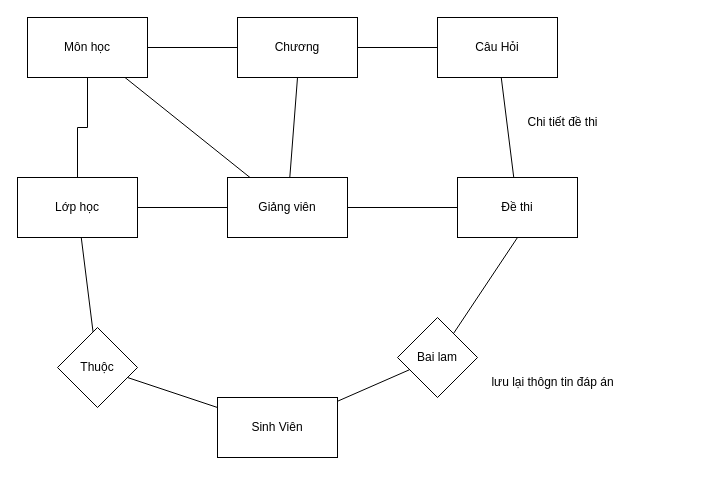
KhaiZeR0/LuyenThiTracNghiem-HDT1 keeps this draw.io diagram as er.drawio. Above is the earlier version. Source tidied: cells renumbered, new cells numbered last; positions are measured from the earlier drawing's top-left corner, leaving out a move shared by most shapes. Both pictures are drawn from the tidied source at 100%, with x=0, y=0 at pixel (17, 17).
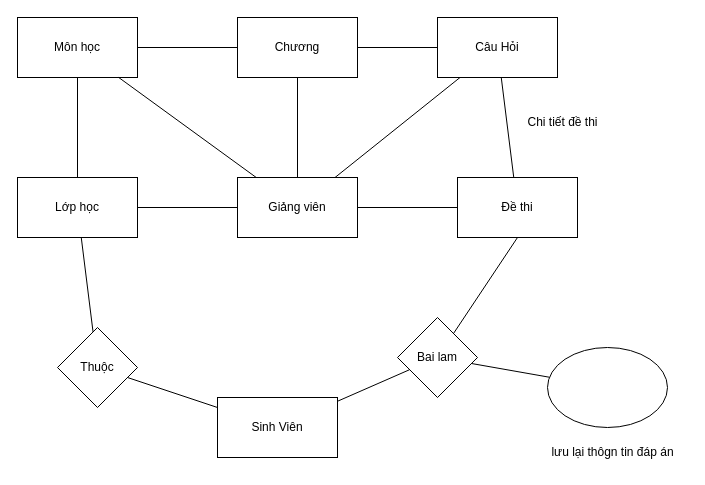
The same diagram, later.

Unchanged cells that the change refers to:
```xml
<mxCell id="8" value="Câu Hỏi" style="whiteSpace=wrap;html=1;rounded=0;" parent="1" vertex="1">
  <mxGeometry x="420" width="120" height="60" as="geometry" />
</mxCell>
<mxCell id="15" value="Bai lam" style="rhombus;whiteSpace=wrap;html=1;" parent="1" vertex="1">
  <mxGeometry x="380" y="300" width="80" height="80" as="geometry" />
</mxCell>
```

Diff of the diagram source:
```diff
@@
     <mxCell id="3" value="Môn học" style="rounded=0;whiteSpace=wrap;html=1;" parent="1" vertex="1">
-      <mxGeometry x="10" width="120" height="60" as="geometry" />
+      <mxGeometry width="120" height="60" as="geometry" />
     </mxCell>
@@
+    <mxCell id="25" style="rounded=0;jettySize=auto;html=1;endArrow=none;endFill=0;" parent="1" edge="1" source="15" target="27">
+      <mxGeometry relative="1" as="geometry" />
+    </mxCell>
@@
+    <mxCell id="26" style="rounded=0;jettySize=auto;html=1;endArrow=none;endFill=0;" parent="1" edge="1" source="22" target="8">
+      <mxGeometry relative="1" as="geometry" />
+    </mxCell>
     <mxCell id="22" value="Giảng viên" style="rounded=0;whiteSpace=wrap;html=1;" parent="1" vertex="1">
-      <mxGeometry x="210" y="160" width="120" height="60" as="geometry" />
+      <mxGeometry x="220" y="160" width="120" height="60" as="geometry" />
     </mxCell>
@@
     <mxCell id="24" value="lưu lại thôgn tin đáp án" style="text;html=1;align=center;verticalAlign=middle;strokeColor=none;fillColor=none;" parent="1" vertex="1">
-      <mxGeometry x="460" y="350" width="150" height="30" as="geometry" />
+      <mxGeometry x="520" y="420" width="150" height="30" as="geometry" />
     </mxCell>
+    <mxCell id="27" style="ellipse;whiteSpace=wrap;html=1;" parent="1" vertex="1">
+      <mxGeometry x="530" y="330" width="120" height="80" as="geometry" />
+    </mxCell>
```
